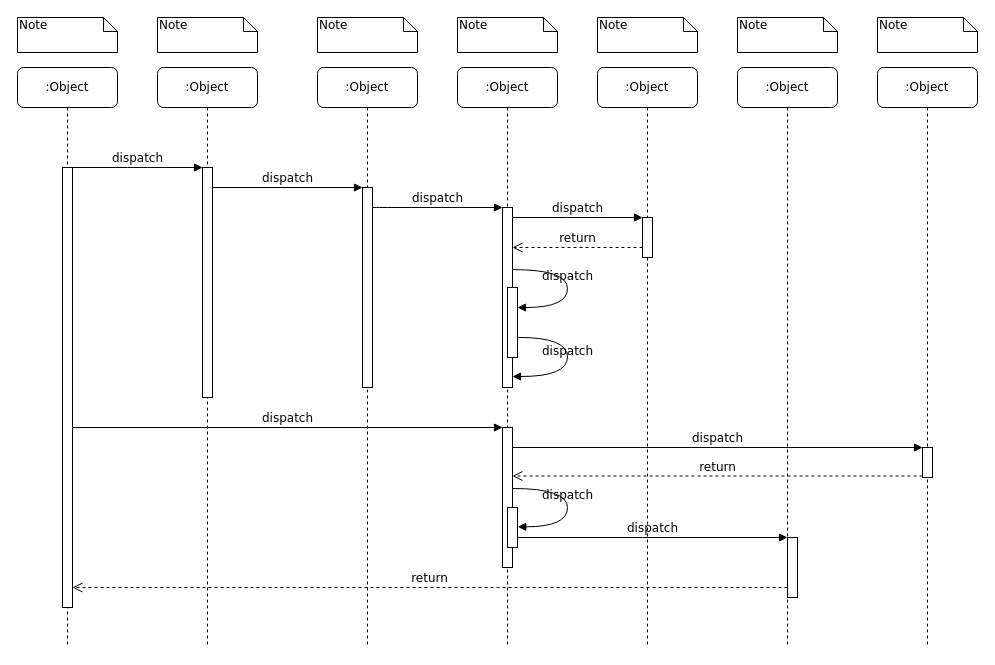
Before: 全站医疗-小程序患者挂号细节防止超售.drawio in yangbuyiya/yangbuyi-blog-images, a draw.io diagram. Source tidied: cells renumbered, new cells numbered last; positions are measured from the earlier drawing's top-left corner, leaving out a move shared by most shapes. Both pictures are drawn from the tidied source at 100%, with x=0, y=0 at pixel (17, 17).
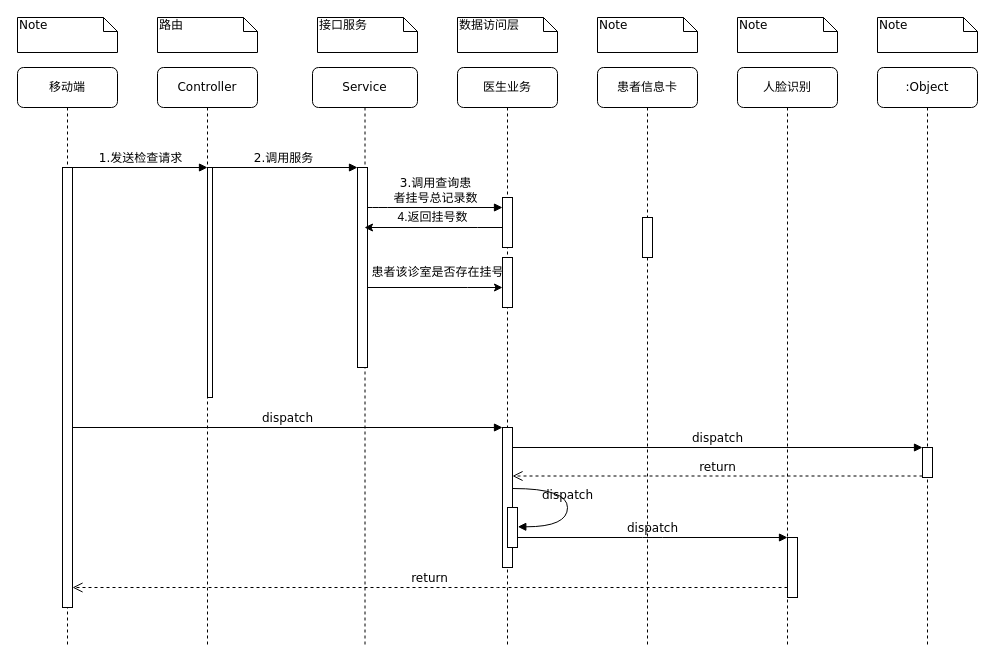
Above is the later version.

Commit message:
更新全站医疗-小程序患者挂号细节防止超售.drawio

Unchanged cells that the change refers to:
```xml
<mxCell id="11" style="html=1;points=[];perimeter=orthogonalPerimeter;rounded=0;shadow=0;comic=0;labelBackgroundColor=none;strokeWidth=1;fontFamily=Verdana;fontSize=12;align=center;" parent="10" vertex="1">
  <mxGeometry x="45" y="100" width="10" height="440" as="geometry" />
</mxCell>
<mxCell id="14" style="html=1;points=[];perimeter=orthogonalPerimeter;rounded=0;shadow=0;comic=0;labelBackgroundColor=none;strokeWidth=1;fontFamily=Verdana;fontSize=12;align=center;" parent="1" vertex="1">
  <mxGeometry x="625" y="200" width="10" height="40" as="geometry" />
</mxCell>
```

The edit, as a diff of the source:
```diff
@@
-    <mxCell id="2" value=":Object" style="shape=umlLifeline;perimeter=lifelinePerimeter;whiteSpace=wrap;html=1;rounded=1;shadow=0;comic=0;labelBackgroundColor=none;strokeWidth=1;fontFamily=Verdana;fontSize=12;align=center;" parent="1" vertex="1">
+    <mxCell id="2" value="Controller" style="shape=umlLifeline;perimeter=lifelinePerimeter;whiteSpace=wrap;html=1;rounded=1;shadow=0;comic=0;labelBackgroundColor=none;strokeWidth=1;fontFamily=Verdana;fontSize=12;align=center;" parent="1" vertex="1">
       <mxGeometry x="140" y="50" width="100" height="580" as="geometry" />
     </mxCell>
     <mxCell id="3" style="html=1;points=[];perimeter=orthogonalPerimeter;rounded=0;shadow=0;comic=0;labelBackgroundColor=none;strokeWidth=1;fontFamily=Verdana;fontSize=12;align=center;" parent="2" vertex="1">
-      <mxGeometry x="45" y="100" width="10" height="230" as="geometry" />
+      <mxGeometry x="50" y="100" width="5" height="230" as="geometry" />
     </mxCell>
-    <mxCell id="4" value=":Object" style="shape=umlLifeline;perimeter=lifelinePerimeter;whiteSpace=wrap;html=1;outlineConnect=0;rounded=1;shadow=0;comic=0;labelBackgroundColor=none;strokeWidth=1;fontFamily=Verdana;fontSize=12;align=center;" parent="1" vertex="1">
-      <mxGeometry x="300" y="50" width="100" height="580" as="geometry" />
+    <mxCell id="4" value="Service" style="shape=umlLifeline;perimeter=lifelinePerimeter;whiteSpace=wrap;html=1;outlineConnect=0;rounded=1;shadow=0;comic=0;labelBackgroundColor=none;strokeWidth=1;fontFamily=Verdana;fontSize=12;align=center;" parent="1" vertex="1">
+      <mxGeometry x="295" y="50" width="105" height="580" as="geometry" />
     </mxCell>
     <mxCell id="5" style="html=1;points=[];perimeter=orthogonalPerimeter;rounded=0;shadow=0;comic=0;labelBackgroundColor=none;strokeWidth=1;fontFamily=Verdana;fontSize=12;align=center;" parent="4" vertex="1">
-      <mxGeometry x="45" y="120" width="10" height="200" as="geometry" />
+      <mxGeometry x="45" y="100" width="10" height="200" as="geometry" />
     </mxCell>
-    <mxCell id="6" value=":Object" style="shape=umlLifeline;perimeter=lifelinePerimeter;whiteSpace=wrap;html=1;rounded=1;shadow=0;comic=0;labelBackgroundColor=none;strokeWidth=1;fontFamily=Verdana;fontSize=12;align=center;" parent="1" vertex="1">
+    <mxCell id="6" value="医生业务" style="shape=umlLifeline;perimeter=lifelinePerimeter;whiteSpace=wrap;html=1;rounded=1;shadow=0;comic=0;labelBackgroundColor=none;strokeWidth=1;fontFamily=Verdana;fontSize=12;align=center;" parent="1" vertex="1">
       <mxGeometry x="440" y="50" width="100" height="580" as="geometry" />
     </mxCell>
+    <mxCell id="12" style="html=1;points=[];perimeter=orthogonalPerimeter;rounded=0;shadow=0;comic=0;labelBackgroundColor=none;strokeWidth=1;fontFamily=Verdana;fontSize=12;align=center;" parent="6" vertex="1">
+      <mxGeometry x="45" y="130" width="10" height="50" as="geometry" />
+    </mxCell>
+    <mxCell id="39" style="html=1;points=[];perimeter=orthogonalPerimeter;rounded=0;shadow=0;comic=0;labelBackgroundColor=none;strokeWidth=1;fontFamily=Verdana;fontSize=12;align=center;" parent="6" vertex="1">
+      <mxGeometry x="45" y="190" width="10" height="50" as="geometry" />
+    </mxCell>
-    <mxCell id="7" value=":Object" style="shape=umlLifeline;perimeter=lifelinePerimeter;whiteSpace=wrap;html=1;rounded=1;shadow=0;comic=0;labelBackgroundColor=none;strokeWidth=1;fontFamily=Verdana;fontSize=12;align=center;" parent="1" vertex="1">
+    <mxCell id="7" value="患者信息卡" style="shape=umlLifeline;perimeter=lifelinePerimeter;whiteSpace=wrap;html=1;rounded=1;shadow=0;comic=0;labelBackgroundColor=none;strokeWidth=1;fontFamily=Verdana;fontSize=12;align=center;" parent="1" vertex="1">
       <mxGeometry x="580" y="50" width="100" height="580" as="geometry" />
     </mxCell>
-    <mxCell id="8" value=":Object" style="shape=umlLifeline;perimeter=lifelinePerimeter;whiteSpace=wrap;html=1;rounded=1;shadow=0;comic=0;labelBackgroundColor=none;strokeWidth=1;fontFamily=Verdana;fontSize=12;align=center;" parent="1" vertex="1">
+    <mxCell id="8" value="人脸识别" style="shape=umlLifeline;perimeter=lifelinePerimeter;whiteSpace=wrap;html=1;rounded=1;shadow=0;comic=0;labelBackgroundColor=none;strokeWidth=1;fontFamily=Verdana;fontSize=12;align=center;" parent="1" vertex="1">
       <mxGeometry x="720" y="50" width="100" height="580" as="geometry" />
     </mxCell>
@@
-    <mxCell id="10" value=":Object" style="shape=umlLifeline;perimeter=lifelinePerimeter;whiteSpace=wrap;html=1;rounded=1;shadow=0;comic=0;labelBackgroundColor=none;strokeWidth=1;fontFamily=Verdana;fontSize=12;align=center;" parent="1" vertex="1">
+    <mxCell id="10" value="移动端" style="shape=umlLifeline;perimeter=lifelinePerimeter;whiteSpace=wrap;html=1;rounded=1;shadow=0;comic=0;labelBackgroundColor=none;strokeWidth=1;fontFamily=Verdana;fontSize=12;align=center;" parent="1" vertex="1">
       <mxGeometry y="50" width="100" height="580" as="geometry" />
     </mxCell>
@@
-    <mxCell id="12" style="html=1;points=[];perimeter=orthogonalPerimeter;rounded=0;shadow=0;comic=0;labelBackgroundColor=none;strokeWidth=1;fontFamily=Verdana;fontSize=12;align=center;" parent="1" vertex="1">
-      <mxGeometry x="485" y="190" width="10" height="180" as="geometry" />
-    </mxCell>
-    <mxCell id="13" value="dispatch" style="html=1;verticalAlign=bottom;endArrow=block;labelBackgroundColor=none;fontFamily=Verdana;fontSize=12;edgeStyle=elbowEdgeStyle;elbow=vertical;" parent="1" edge="1" source="5" target="12">
+    <mxCell id="13" value="&lt;div style=&quot;&quot;&gt;&lt;span style=&quot;background-color: initial;&quot;&gt;3.调用查询患&lt;br&gt;者挂号总记录数&lt;/span&gt;&lt;/div&gt;" style="html=1;verticalAlign=bottom;endArrow=block;labelBackgroundColor=none;fontFamily=Verdana;fontSize=12;edgeStyle=elbowEdgeStyle;elbow=vertical;align=center;" parent="1" edge="1" source="5" target="12">
       <mxGeometry relative="1" as="geometry">
         <Array as="points">
           <mxPoint x="360" y="190" />
         </Array>
       </mxGeometry>
     </mxCell>
@@
-    <mxCell id="15" value="dispatch" style="html=1;verticalAlign=bottom;endArrow=block;entryX=0;entryY=0;labelBackgroundColor=none;fontFamily=Verdana;fontSize=12;edgeStyle=elbowEdgeStyle;elbow=vertical;" parent="1" edge="1" source="12" target="14">
-      <mxGeometry relative="1" as="geometry" />
-    </mxCell>
-    <mxCell id="16" value="return" style="html=1;verticalAlign=bottom;endArrow=open;dashed=1;endSize=8;labelBackgroundColor=none;fontFamily=Verdana;fontSize=12;edgeStyle=elbowEdgeStyle;elbow=vertical;" parent="1" edge="1" source="14" target="12">
-      <mxGeometry relative="1" as="geometry">
-        <Array as="points">
-          <mxPoint x="570" y="230" />
-          <mxPoint x="600" y="230" />
-        </Array>
-      </mxGeometry>
-    </mxCell>
@@
-    <mxCell id="25" value="dispatch" style="html=1;verticalAlign=bottom;endArrow=block;entryX=0;entryY=0;labelBackgroundColor=none;fontFamily=Verdana;fontSize=12;edgeStyle=elbowEdgeStyle;elbow=vertical;" parent="1" edge="1" source="11" target="3">
+    <mxCell id="25" value="1.发送检查请求" style="html=1;verticalAlign=bottom;endArrow=block;entryX=0;entryY=0;labelBackgroundColor=none;fontFamily=Verdana;fontSize=12;edgeStyle=elbowEdgeStyle;elbow=vertical;" parent="1" edge="1" source="11" target="3">
       <mxGeometry relative="1" as="geometry" />
     </mxCell>
-    <mxCell id="26" value="dispatch" style="html=1;verticalAlign=bottom;endArrow=block;entryX=0;entryY=0;labelBackgroundColor=none;fontFamily=Verdana;fontSize=12;edgeStyle=elbowEdgeStyle;elbow=vertical;" parent="1" edge="1" source="3" target="5">
+    <mxCell id="26" value="2.调用服务&lt;span style=&quot;white-space: pre;&quot;&gt; &lt;/span&gt;" style="html=1;verticalAlign=bottom;endArrow=block;entryX=0;entryY=0;labelBackgroundColor=none;fontFamily=Verdana;fontSize=12;edgeStyle=elbowEdgeStyle;elbow=vertical;" parent="1" edge="1" source="3" target="5">
       <mxGeometry relative="1" as="geometry" />
     </mxCell>
-    <mxCell id="27" style="html=1;points=[];perimeter=orthogonalPerimeter;rounded=0;shadow=0;comic=0;labelBackgroundColor=none;strokeWidth=1;fontFamily=Verdana;fontSize=12;align=center;" parent="1" vertex="1">
-      <mxGeometry x="490" y="270" width="10" height="70" as="geometry" />
-    </mxCell>
-    <mxCell id="28" value="dispatch" style="html=1;verticalAlign=bottom;endArrow=block;labelBackgroundColor=none;fontFamily=Verdana;fontSize=12;elbow=vertical;edgeStyle=orthogonalEdgeStyle;curved=1;entryX=1;entryY=0.286;entryPerimeter=0;exitX=1.038;exitY=0.345;exitPerimeter=0;" parent="1" edge="1" source="12" target="27">
-      <mxGeometry relative="1" as="geometry">
-        <Array as="points">
-          <mxPoint x="550" y="252" />
-          <mxPoint x="550" y="290" />
-        </Array>
-      </mxGeometry>
-    </mxCell>
-    <mxCell id="29" value="dispatch" style="html=1;verticalAlign=bottom;endArrow=block;labelBackgroundColor=none;fontFamily=Verdana;fontSize=12;elbow=vertical;edgeStyle=orthogonalEdgeStyle;curved=1;exitX=1.066;exitY=0.713;exitPerimeter=0;" parent="1" edge="1" source="27">
-      <mxGeometry relative="1" as="geometry">
-        <mxPoint x="495" y="359" as="targetPoint" />
-        <Array as="points">
-          <mxPoint x="550" y="320" />
-          <mxPoint x="550" y="359" />
-        </Array>
-      </mxGeometry>
-    </mxCell>
@@
-    <mxCell id="33" value="Note" style="shape=note;whiteSpace=wrap;html=1;size=14;verticalAlign=top;align=left;spacingTop=-6;rounded=0;shadow=0;comic=0;labelBackgroundColor=none;strokeWidth=1;fontFamily=Verdana;fontSize=12;" parent="1" vertex="1">
+    <mxCell id="33" value="路由" style="shape=note;whiteSpace=wrap;html=1;size=14;verticalAlign=top;align=left;spacingTop=-6;rounded=0;shadow=0;comic=0;labelBackgroundColor=none;strokeWidth=1;fontFamily=Verdana;fontSize=12;" parent="1" vertex="1">
       <mxGeometry x="140" width="100" height="35" as="geometry" />
     </mxCell>
-    <mxCell id="34" value="Note" style="shape=note;whiteSpace=wrap;html=1;size=14;verticalAlign=top;align=left;spacingTop=-6;rounded=0;shadow=0;comic=0;labelBackgroundColor=none;strokeWidth=1;fontFamily=Verdana;fontSize=12;" parent="1" vertex="1">
+    <mxCell id="34" value="接口服务" style="shape=note;whiteSpace=wrap;html=1;size=14;verticalAlign=top;align=left;spacingTop=-6;rounded=0;shadow=0;comic=0;labelBackgroundColor=none;strokeWidth=1;fontFamily=Verdana;fontSize=12;" parent="1" vertex="1">
       <mxGeometry x="300" width="100" height="35" as="geometry" />
     </mxCell>
-    <mxCell id="35" value="Note" style="shape=note;whiteSpace=wrap;html=1;size=14;verticalAlign=top;align=left;spacingTop=-6;rounded=0;shadow=0;comic=0;labelBackgroundColor=none;strokeWidth=1;fontFamily=Verdana;fontSize=12;" parent="1" vertex="1">
+    <mxCell id="35" value="数据访问层" style="shape=note;whiteSpace=wrap;html=1;size=14;verticalAlign=top;align=left;spacingTop=-6;rounded=0;shadow=0;comic=0;labelBackgroundColor=none;strokeWidth=1;fontFamily=Verdana;fontSize=12;" parent="1" vertex="1">
       <mxGeometry x="440" width="100" height="35" as="geometry" />
     </mxCell>
@@
+    <mxCell id="40" style="edgeStyle=orthogonalEdgeStyle;rounded=0;jettySize=auto;html=1;" parent="1" edge="1" source="12" target="4">
+      <mxGeometry relative="1" as="geometry">
+        <Array as="points">
+          <mxPoint x="460" y="210" />
+          <mxPoint x="460" y="210" />
+        </Array>
+      </mxGeometry>
+    </mxCell>
+    <mxCell id="41" value="4.返回挂号数" style="text;html=1;align=center;verticalAlign=middle;strokeColor=none;fillColor=none;" parent="1" vertex="1">
+      <mxGeometry x="370" y="185" width="90" height="30" as="geometry" />
+    </mxCell>
+    <mxCell id="42" style="edgeStyle=orthogonalEdgeStyle;rounded=0;jettySize=auto;html=1;" parent="1" edge="1" source="5" target="39">
+      <mxGeometry relative="1" as="geometry">
+        <Array as="points">
+          <mxPoint x="450" y="270" />
+          <mxPoint x="450" y="270" />
+        </Array>
+      </mxGeometry>
+    </mxCell>
+    <mxCell id="43" value="患者该诊室是否存在挂号" style="text;html=1;align=center;verticalAlign=middle;strokeColor=none;fillColor=none;" parent="1" vertex="1">
+      <mxGeometry x="340" y="240" width="160" height="30" as="geometry" />
+    </mxCell>
```
